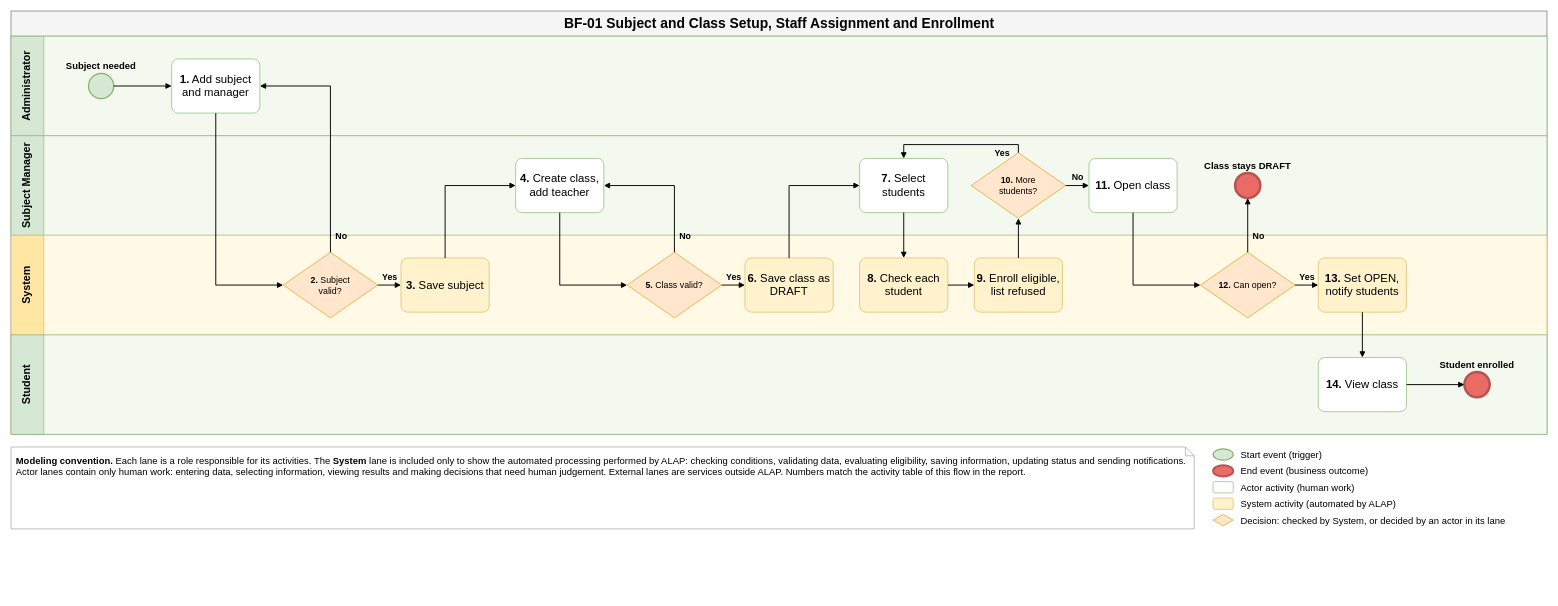
This is page 1 of 12 of aidlc-docs/inception/main-business-flows/AI-Powered-Learning-Platform-Main-Business-Flows.drawio from hygef-v4/AI-Powered-Learning-Platform, a draw.io file, before an edit. Source tidied: cells renumbered, new cells numbered last; positions are measured from the earlier drawing's top-left corner, leaving out a move shared by most shapes. Both pictures are drawn from the tidied source at 63%, with x=0, y=0 at pixel (11, 11).
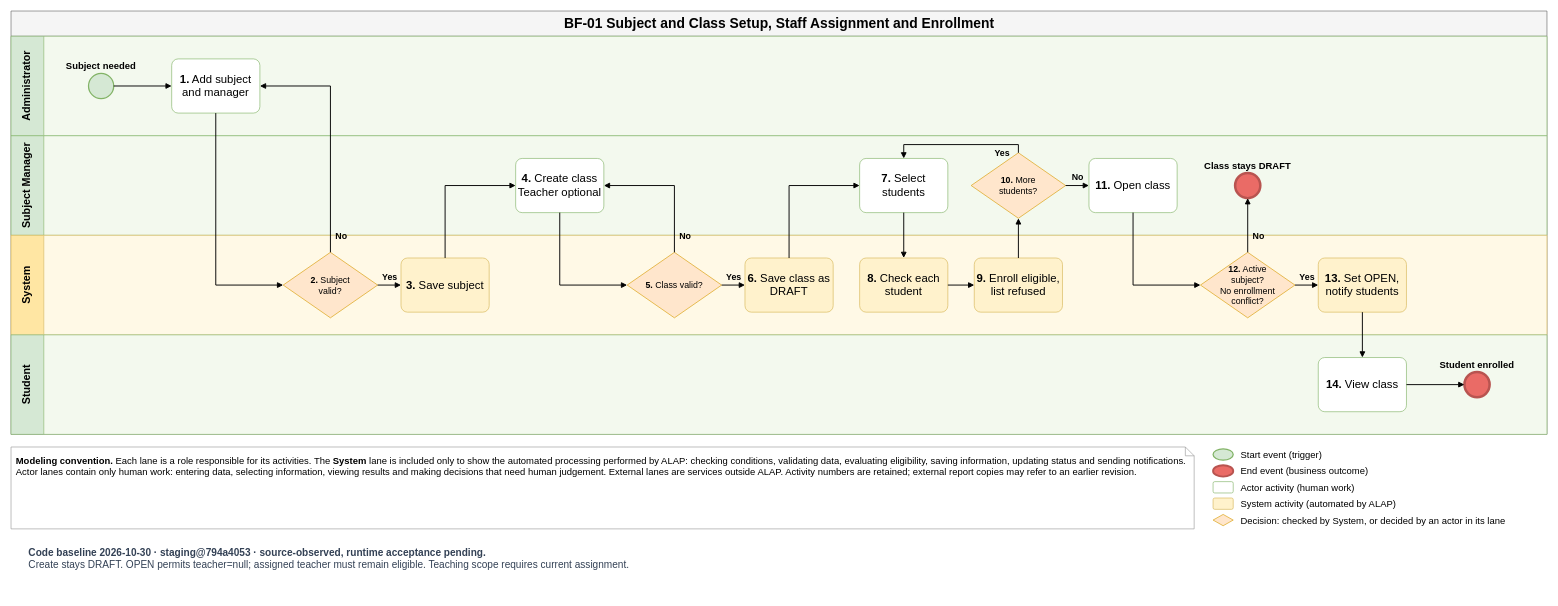
After the change.

The change refers to these unchanged cells:
```xml
<mxCell id="4" value="Subject Manager" style="swimlane;startSize=52;horizontal=0;html=1;whiteSpace=wrap;fillColor=#D5E8D4;swimlaneFillColor=#F3F9EE;strokeColor=#82B366;fontSize=17;fontStyle=1;align=center;verticalAlign=middle;spacing=4;" parent="2" vertex="1">
  <mxGeometry y="198" width="2438" height="158" as="geometry" />
</mxCell>
<mxCell id="5" value="System" style="swimlane;startSize=52;horizontal=0;html=1;whiteSpace=wrap;fillColor=#FFE6A3;swimlaneFillColor=#FFF9E6;strokeColor=#D6B656;fontSize=17;fontStyle=1;align=center;verticalAlign=middle;spacing=4;" parent="2" vertex="1">
  <mxGeometry y="356" width="2438" height="158" as="geometry" />
</mxCell>
```

What changed in the source:
```diff
@@
-    <mxCell id="11" value="&lt;b&gt;4.&lt;/b&gt; Create class, add teacher" style="rounded=1;whiteSpace=wrap;html=1;fillColor=#FFFFFF;strokeColor=#82B366;fontSize=18;spacing=4;arcSize=12;" parent="4" vertex="1">
+    <mxCell id="11" value="&lt;b&gt;4.&lt;/b&gt; Create class&lt;br&gt;Teacher optional" style="rounded=1;whiteSpace=wrap;html=1;fillColor=#FFFFFF;strokeColor=#82B366;fontSize=18;spacing=4;arcSize=12;" parent="4" vertex="1">
       <mxGeometry x="801" y="36" width="140" height="86" as="geometry" />
     </mxCell>
@@
-    <mxCell id="19" value="&lt;b&gt;12.&lt;/b&gt; Can open?" style="rhombus;whiteSpace=wrap;html=1;fillColor=#FFE6CC;strokeColor=#D79B00;fontSize=14;spacing=0;spacingLeft=26;spacingRight=26;" parent="5" vertex="1">
+    <mxCell id="19" value="&lt;b&gt;12.&lt;/b&gt; Active subject?&lt;br&gt;No enrollment conflict?" style="rhombus;whiteSpace=wrap;html=1;fillColor=#FFE6CC;strokeColor=#D79B00;fontSize=14;spacing=0;spacingLeft=26;spacingRight=26;" parent="5" vertex="1">
       <mxGeometry x="1888" y="27" width="150" height="104" as="geometry" />
     </mxCell>
@@
-    <mxCell id="43" value="&lt;b&gt;Modeling convention.&lt;/b&gt; Each lane is a role responsible for its activities. The &lt;b&gt;System&lt;/b&gt; lane is included only to show the automated processing performed by ALAP: checking conditions, validating data, evaluating eligibility, saving information, updating status and sending notifications. Actor lanes contain only human work: entering data, selecting information, viewing results and making decisions that need human judgement. External lanes are services outside ALAP. Numbers match the activity table of this flow in the report." style="shape=note;whiteSpace=wrap;html=1;size=14;fillColor=#FFFFFF;strokeColor=#999999;fontSize=15;align=left;verticalAlign=top;spacing=8;" parent="1" vertex="1">
+    <mxCell id="43" value="&lt;b&gt;Modeling convention.&lt;/b&gt; Each lane is a role responsible for its activities. The &lt;b&gt;System&lt;/b&gt; lane is included only to show the automated processing performed by ALAP: checking conditions, validating data, evaluating eligibility, saving information, updating status and sending notifications. Actor lanes contain only human work: entering data, selecting information, viewing results and making decisions that need human judgement. External lanes are services outside ALAP. Activity numbers are retained; external report copies may refer to an earlier revision." style="shape=note;whiteSpace=wrap;html=1;size=14;fillColor=#FFFFFF;strokeColor=#999999;fontSize=15;align=left;verticalAlign=top;spacing=8;" parent="1" vertex="1">
       <mxGeometry y="692" width="1878" height="130" as="geometry" />
     </mxCell>
@@
+    <mxCell id="54" value="&lt;b&gt;Code baseline 2026-10-30 · staging@794a4053 · source-observed, runtime acceptance pending.&lt;/b&gt;&lt;br&gt;Create stays DRAFT. OPEN permits teacher=null; assigned teacher must remain eligible. Teaching scope requires current assignment." style="text;html=1;whiteSpace=wrap;align=left;verticalAlign=top;fontSize=16;fontColor=#334155;spacing=8;" parent="1" vertex="1">
+      <mxGeometry x="20" y="837" width="2398" height="90" as="geometry" />
+    </mxCell>
```
